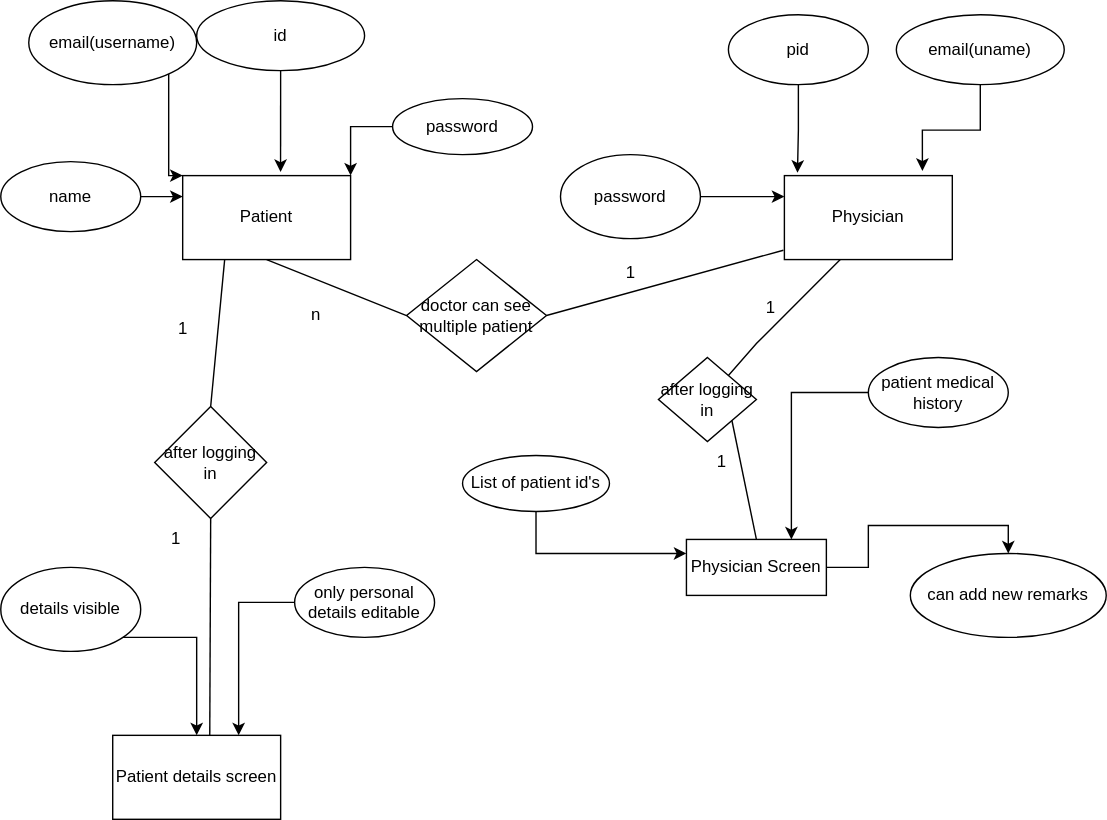
pilot-satyam/MedicalProject keeps this draw.io diagram as MedicalProjects/ImyEye.drawio.svg. Above is the earlier version. Source tidied: cells renumbered, new cells last; positions are measured from the earlier drawing's top-left corner, leaving out a move shared by most shapes.
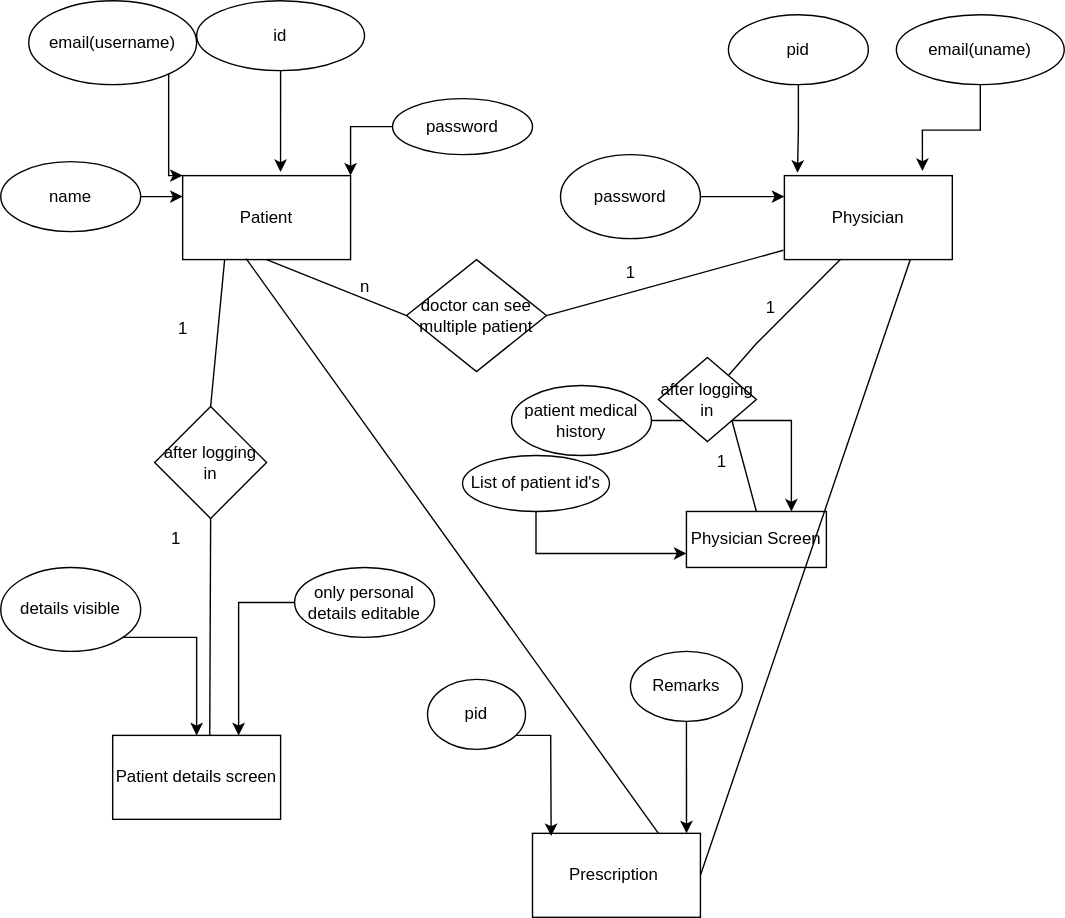
The same file after the commit.

What changed in the source:
```diff
@@ -71,16 +71,13 @@
       <mxGeometry x="435" y="180" width="30" height="30" as="geometry" />
     </mxCell>
     <mxCell id="20" value="n" style="text;html=1;align=center;verticalAlign=middle;strokeColor=none;fillColor=none;" parent="1" vertex="1">
-      <mxGeometry x="210" y="210" width="30" height="30" as="geometry" />
+      <mxGeometry x="245" y="190" width="30" height="30" as="geometry" />
     </mxCell>
     <mxCell id="21" style="endArrow=none;html=1;rounded=0;entryX=-0.006;entryY=0.889;entryDx=0;entryDy=0;entryPerimeter=0;exitX=1;exitY=0.5;exitDx=0;exitDy=0;" parent="1" edge="1" source="18" target="13">
       <mxGeometry relative="1" as="geometry" />
     </mxCell>
-    <mxCell id="22" style="edgeStyle=orthogonalEdgeStyle;rounded=0;jettySize=auto;html=1;entryX=0.5;entryY=0;entryDx=0;entryDy=0;" parent="1" edge="1" source="23" target="28">
-      <mxGeometry relative="1" as="geometry" />
-    </mxCell>
     <mxCell id="23" value="Physician Screen" style="rounded=0;whiteSpace=wrap;html=1;" parent="1" vertex="1">
-      <mxGeometry x="490" y="385" width="100" height="40" as="geometry" />
+      <mxGeometry x="490" y="365" width="100" height="40" as="geometry" />
     </mxCell>
     <mxCell id="24" style="edgeStyle=orthogonalEdgeStyle;rounded=0;jettySize=auto;html=1;" parent="1" edge="1" source="25" target="23">
       <mxGeometry relative="1" as="geometry">
@@ -96,11 +93,8 @@
       <mxGeometry relative="1" as="geometry" />
     </mxCell>
     <mxCell id="27" value="patient medical history" style="ellipse;whiteSpace=wrap;html=1;" parent="1" vertex="1">
-      <mxGeometry x="620" y="255" width="100" height="50" as="geometry" />
+      <mxGeometry x="365" y="275" width="100" height="50" as="geometry" />
     </mxCell>
-    <mxCell id="28" value="can add new remarks" style="ellipse;whiteSpace=wrap;html=1;" parent="1" vertex="1">
-      <mxGeometry x="650" y="395" width="140" height="60" as="geometry" />
-    </mxCell>
     <mxCell id="29" value="Patient details screen" style="rounded=0;whiteSpace=wrap;html=1;" parent="1" vertex="1">
       <mxGeometry x="80" y="525" width="120" height="60" as="geometry" />
     </mxCell>
@@ -157,5 +151,31 @@
     <mxCell id="44" value="1" style="text;html=1;align=center;verticalAlign=middle;strokeColor=none;fillColor=none;" parent="1" vertex="1">
       <mxGeometry x="500" y="315" width="30" height="30" as="geometry" />
     </mxCell>
+    <mxCell id="45" value="Prescription&amp;nbsp;" style="rounded=0;whiteSpace=wrap;html=1;" parent="1" vertex="1">
+      <mxGeometry x="380" y="595" width="120" height="60" as="geometry" />
+    </mxCell>
+    <mxCell id="46" style="edgeStyle=orthogonalEdgeStyle;rounded=0;jettySize=auto;html=1;entryX=0.111;entryY=0.033;entryDx=0;entryDy=0;entryPerimeter=0;" parent="1" edge="1" source="47" target="45">
+      <mxGeometry relative="1" as="geometry">
+        <Array as="points">
+          <mxPoint x="393" y="525" />
+          <mxPoint x="393" y="525" />
+        </Array>
+      </mxGeometry>
+    </mxCell>
+    <mxCell id="47" value="pid" style="ellipse;whiteSpace=wrap;html=1;" parent="1" vertex="1">
+      <mxGeometry x="305" y="485" width="70" height="50" as="geometry" />
+    </mxCell>
+    <mxCell id="48" style="edgeStyle=orthogonalEdgeStyle;rounded=0;jettySize=auto;html=1;entryX=0.917;entryY=0;entryDx=0;entryDy=0;entryPerimeter=0;" parent="1" edge="1" source="49" target="45">
+      <mxGeometry relative="1" as="geometry" />
+    </mxCell>
+    <mxCell id="49" value="Remarks" style="ellipse;whiteSpace=wrap;html=1;" parent="1" vertex="1">
+      <mxGeometry x="450" y="465" width="80" height="50" as="geometry" />
+    </mxCell>
+    <mxCell id="50" style="endArrow=none;html=1;rounded=0;entryX=0.378;entryY=0.989;entryDx=0;entryDy=0;entryPerimeter=0;exitX=0.75;exitY=0;exitDx=0;exitDy=0;" parent="1" edge="1" source="45" target="2">
+      <mxGeometry relative="1" as="geometry" />
+    </mxCell>
+    <mxCell id="51" style="endArrow=none;html=1;rounded=0;entryX=0.75;entryY=1;entryDx=0;entryDy=0;exitX=1;exitY=0.5;exitDx=0;exitDy=0;" parent="1" edge="1" source="45" target="13">
+      <mxGeometry relative="1" as="geometry" />
+    </mxCell>
   </root>
 </mxGraphModel>
```
